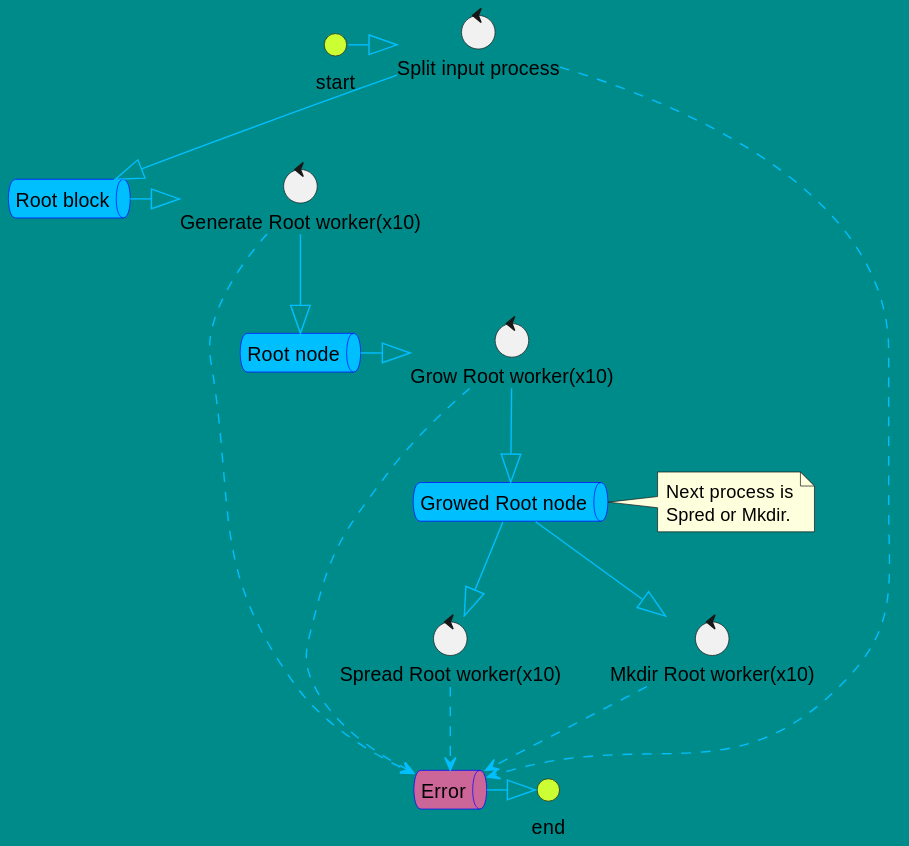
Above: process.svg in ddddddO/gtree (PlantUML), before the change.
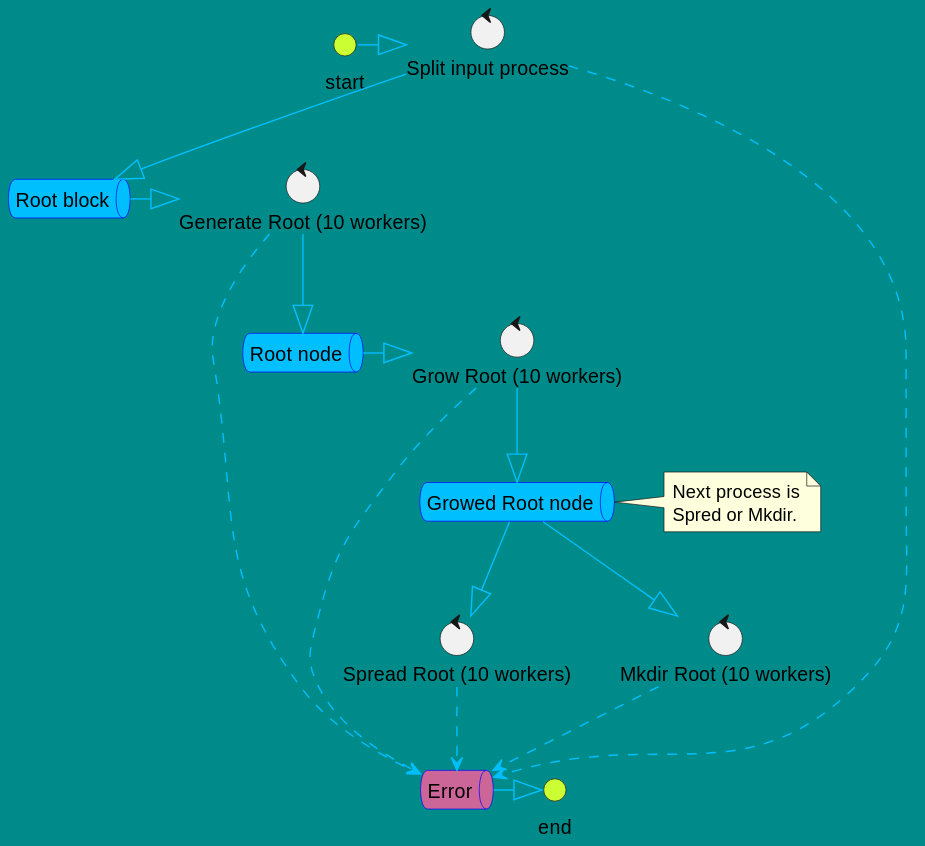
Later version of the same file.

Change to the diagram source:
```diff
@@ -11,10 +11,10 @@
 interface start
 
 control "Split input process" as split_proc
-control "Generate Root worker(x10)" as generate_root_worker
-control "Grow Root worker(x10)" as grow_worker
-control "Spread Root worker(x10)" as spread_worker
-control "Mkdir Root worker(x10)" as mkdir_worker
+control "Generate Root (10 workers)" as generate_root_worker
+control "Grow Root (10 workers)" as grow_worker
+control "Spread Root (10 workers)" as spread_worker
+control "Mkdir Root (10 workers)" as mkdir_worker
 
 queue "Root block" as split_q
 queue "Root node" as root_q
```
